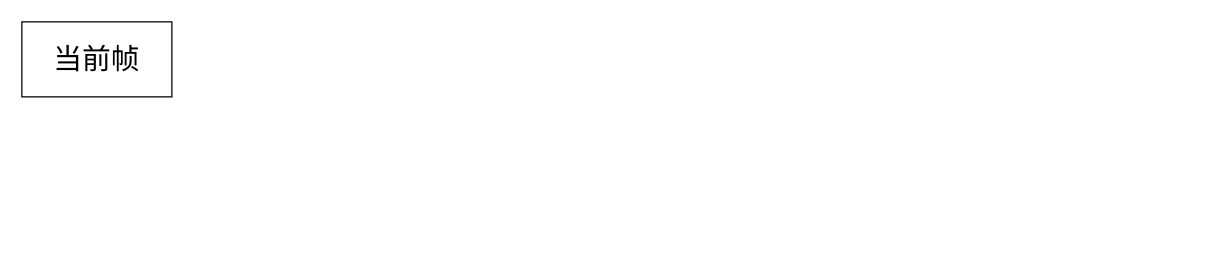
Before: 未命名绘图.drawio in buyibo64/TheAlgorithm, a draw.io diagram. Source tidied: cells renumbered, new cells numbered last; positions are measured from the earlier drawing's top-left corner, leaving out a move shared by most shapes. Both pictures are drawn from the tidied source at 125%, with x=0, y=0 at pixel (21, 21).
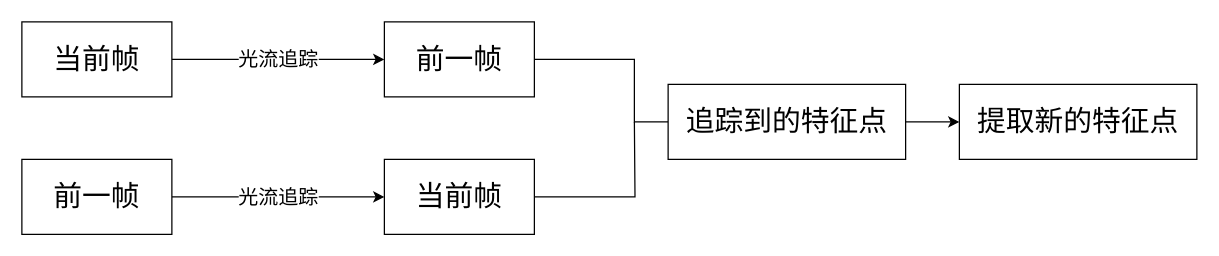
The same diagram, later.

Change to the diagram source:
```diff
@@
 <mxGraphModel>
   <root>
     <mxCell id="0" />
     <mxCell id="1" parent="0" />
+    <mxCell id="3" value="&lt;font style=&quot;font-size: 16px;&quot;&gt;光流追踪&lt;/font&gt;" style="edgeStyle=orthogonalEdgeStyle;rounded=0;jettySize=auto;html=1;exitX=1;exitY=0.5;exitDx=0;exitDy=0;entryX=0;entryY=0.5;entryDx=0;entryDy=0;" parent="1" edge="1" source="2" target="5">
+      <mxGeometry relative="1" as="geometry" />
+    </mxCell>
     <mxCell id="2" value="&lt;font style=&quot;font-size: 23px;&quot;&gt;当前帧&lt;/font&gt;" style="rounded=0;whiteSpace=wrap;html=1;" parent="1" vertex="1">
       <mxGeometry width="120" height="60" as="geometry" />
     </mxCell>
+    <mxCell id="4" style="edgeStyle=orthogonalEdgeStyle;rounded=0;jettySize=auto;html=1;exitX=1;exitY=0.5;exitDx=0;exitDy=0;entryX=0;entryY=0.5;entryDx=0;entryDy=0;endArrow=none;endFill=0;" parent="1" edge="1" source="5" target="11">
+      <mxGeometry relative="1" as="geometry">
+        <Array as="points">
+          <mxPoint x="490" y="30" />
+        </Array>
+      </mxGeometry>
+    </mxCell>
+    <mxCell id="5" value="&lt;font style=&quot;font-size: 23px;&quot;&gt;前一帧&lt;/font&gt;" style="rounded=0;whiteSpace=wrap;html=1;" parent="1" vertex="1">
+      <mxGeometry x="290" width="120" height="60" as="geometry" />
+    </mxCell>
+    <mxCell id="6" value="&lt;font style=&quot;font-size: 16px;&quot;&gt;光流追踪&lt;/font&gt;" style="edgeStyle=orthogonalEdgeStyle;rounded=0;jettySize=auto;html=1;exitX=1;exitY=0.5;exitDx=0;exitDy=0;entryX=0;entryY=0.5;entryDx=0;entryDy=0;" parent="1" edge="1" source="7" target="9">
+      <mxGeometry relative="1" as="geometry" />
+    </mxCell>
+    <mxCell id="7" value="&lt;font style=&quot;font-size: 23px;&quot;&gt;前一帧&lt;/font&gt;" style="rounded=0;whiteSpace=wrap;html=1;" parent="1" vertex="1">
+      <mxGeometry y="110" width="120" height="60" as="geometry" />
+    </mxCell>
+    <mxCell id="8" style="edgeStyle=orthogonalEdgeStyle;rounded=0;jettySize=auto;html=1;exitX=1;exitY=0.5;exitDx=0;exitDy=0;endArrow=none;endFill=0;" parent="1" edge="1" source="9">
+      <mxGeometry relative="1" as="geometry">
+        <mxPoint x="490" y="80" as="targetPoint" />
+      </mxGeometry>
+    </mxCell>
+    <mxCell id="9" value="&lt;font style=&quot;font-size: 23px;&quot;&gt;当前帧&lt;/font&gt;" style="rounded=0;whiteSpace=wrap;html=1;" parent="1" vertex="1">
+      <mxGeometry x="290" y="110" width="120" height="60" as="geometry" />
+    </mxCell>
+    <mxCell id="10" style="edgeStyle=orthogonalEdgeStyle;rounded=0;jettySize=auto;html=1;exitX=1;exitY=0.5;exitDx=0;exitDy=0;entryX=0;entryY=0.5;entryDx=0;entryDy=0;" parent="1" edge="1" source="11" target="12">
+      <mxGeometry relative="1" as="geometry" />
+    </mxCell>
+    <mxCell id="11" value="&lt;font style=&quot;font-size: 23px;&quot;&gt;追踪到的特征点&lt;/font&gt;" style="rounded=0;whiteSpace=wrap;html=1;" parent="1" vertex="1">
+      <mxGeometry x="517" y="50" width="190" height="60" as="geometry" />
+    </mxCell>
+    <mxCell id="12" value="&lt;font style=&quot;font-size: 23px;&quot;&gt;提取新的特征点&lt;/font&gt;" style="rounded=0;whiteSpace=wrap;html=1;" parent="1" vertex="1">
+      <mxGeometry x="750" y="50" width="190" height="60" as="geometry" />
+    </mxCell>
   </root>
 </mxGraphModel>
```
